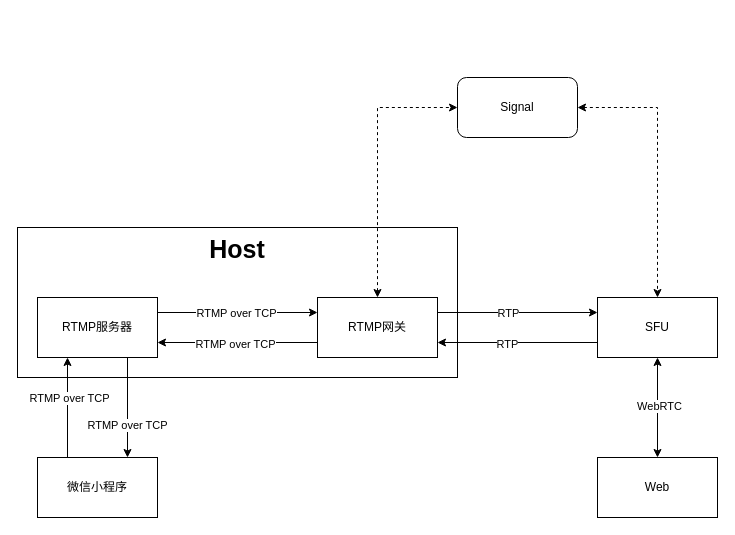
Earlier version of the draw.io diagram page "Page-16" (14 of 16) of Untitled Diagram.drawio (craterone/imgs). Source tidied: cells renumbered, new cells numbered last; positions are measured from the earlier drawing's top-left corner, leaving out a move shared by most shapes. Both pictures are drawn from the tidied source at 100%, with x=0, y=0 at pixel (17, 77).
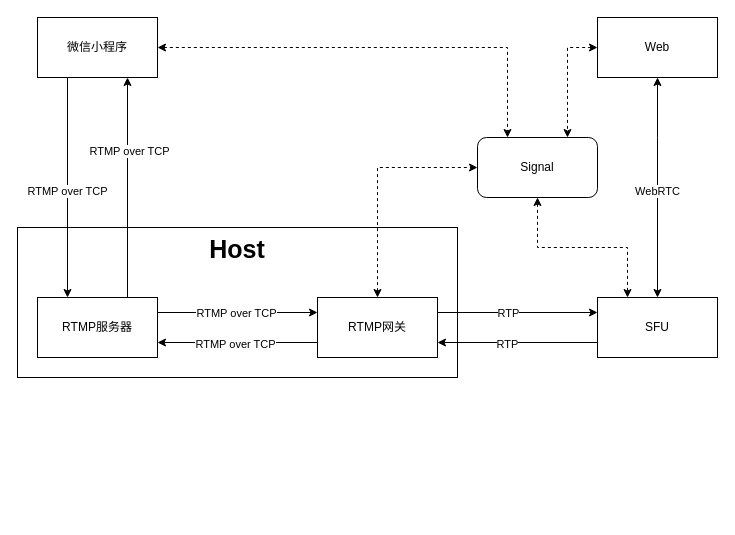
The same diagram, later.

Unchanged cells that the change refers to:
```xml
<mxCell id="10" value="RTMP服务器" style="rounded=0;whiteSpace=wrap;html=1;" parent="1" vertex="1">
  <mxGeometry x="20" y="220" width="120" height="60" as="geometry" />
</mxCell>
<mxCell id="19" value="SFU" style="rounded=0;whiteSpace=wrap;html=1;" parent="1" vertex="1">
  <mxGeometry x="580" y="220" width="120" height="60" as="geometry" />
</mxCell>
```

Diff of the diagram source:
```diff
@@
-    <mxCell id="3" style="edgeStyle=orthogonalEdgeStyle;rounded=0;jettySize=auto;html=1;entryX=0.25;entryY=1;entryDx=0;entryDy=0;exitX=0.25;exitY=0;exitDx=0;exitDy=0;" parent="1" edge="1" source="5" target="10">
+    <mxCell id="3" style="edgeStyle=orthogonalEdgeStyle;rounded=0;jettySize=auto;html=1;entryX=0.25;entryY=0;entryDx=0;entryDy=0;exitX=0.25;exitY=1;exitDx=0;exitDy=0;" parent="1" edge="1" source="5" target="10">
       <mxGeometry relative="1" as="geometry" />
     </mxCell>
@@
+    <mxCell id="25" style="edgeStyle=orthogonalEdgeStyle;rounded=0;jettySize=auto;html=1;entryX=0.25;entryY=0;entryDx=0;entryDy=0;startArrow=classic;startFill=1;dashed=1;" parent="1" edge="1" source="5" target="24">
+      <mxGeometry relative="1" as="geometry" />
+    </mxCell>
     <mxCell id="5" value="微信小程序" style="rounded=0;whiteSpace=wrap;html=1;" parent="1" vertex="1">
-      <mxGeometry x="20" y="380" width="120" height="60" as="geometry" />
+      <mxGeometry x="20" y="-60" width="120" height="60" as="geometry" />
     </mxCell>
-    <mxCell id="6" style="edgeStyle=orthogonalEdgeStyle;rounded=0;jettySize=auto;html=1;exitX=0.75;exitY=1;exitDx=0;exitDy=0;entryX=0.75;entryY=0;entryDx=0;entryDy=0;" parent="1" edge="1" source="10" target="5">
+    <mxCell id="6" style="edgeStyle=orthogonalEdgeStyle;rounded=0;jettySize=auto;html=1;exitX=0.75;exitY=0;exitDx=0;exitDy=0;entryX=0.75;entryY=1;entryDx=0;entryDy=0;" parent="1" edge="1" source="10" target="5">
       <mxGeometry relative="1" as="geometry" />
     </mxCell>
@@
-    <mxCell id="20" style="edgeStyle=orthogonalEdgeStyle;rounded=0;jettySize=auto;html=1;entryX=0.5;entryY=1;entryDx=0;entryDy=0;startArrow=classic;startFill=1;" parent="1" edge="1" source="22" target="19">
-      <mxGeometry relative="1" as="geometry" />
+    <mxCell id="20" style="edgeStyle=orthogonalEdgeStyle;rounded=0;jettySize=auto;html=1;entryX=0.5;entryY=0;entryDx=0;entryDy=0;startArrow=classic;startFill=1;" parent="1" edge="1" source="22" target="19">
+      <mxGeometry relative="1" as="geometry">
+        <Array as="points">
+          <mxPoint x="640" y="60" />
+          <mxPoint x="640" y="60" />
+        </Array>
+      </mxGeometry>
     </mxCell>
@@
+    <mxCell id="26" style="edgeStyle=orthogonalEdgeStyle;rounded=0;jettySize=auto;html=1;exitX=0;exitY=0.5;exitDx=0;exitDy=0;entryX=0.75;entryY=0;entryDx=0;entryDy=0;startArrow=classic;startFill=1;dashed=1;" parent="1" edge="1" source="22" target="24">
+      <mxGeometry relative="1" as="geometry" />
+    </mxCell>
     <mxCell id="22" value="Web" style="rounded=0;whiteSpace=wrap;html=1;" parent="1" vertex="1">
-      <mxGeometry x="580" y="380" width="120" height="60" as="geometry" />
+      <mxGeometry x="580" y="-60" width="120" height="60" as="geometry" />
     </mxCell>
-    <mxCell id="23" style="edgeStyle=orthogonalEdgeStyle;rounded=0;jettySize=auto;html=1;entryX=0.5;entryY=0;entryDx=0;entryDy=0;startArrow=classic;startFill=1;dashed=1;" parent="1" edge="1" source="24" target="19">
+    <mxCell id="23" style="edgeStyle=orthogonalEdgeStyle;rounded=0;jettySize=auto;html=1;entryX=0.25;entryY=0;entryDx=0;entryDy=0;startArrow=classic;startFill=1;dashed=1;" parent="1" edge="1" source="24" target="19">
       <mxGeometry relative="1" as="geometry" />
     </mxCell>
     <mxCell id="24" value="Signal" style="rounded=1;whiteSpace=wrap;html=1;" parent="1" vertex="1">
-      <mxGeometry x="440" width="120" height="60" as="geometry" />
+      <mxGeometry x="460" y="60" width="120" height="60" as="geometry" />
     </mxCell>
```
